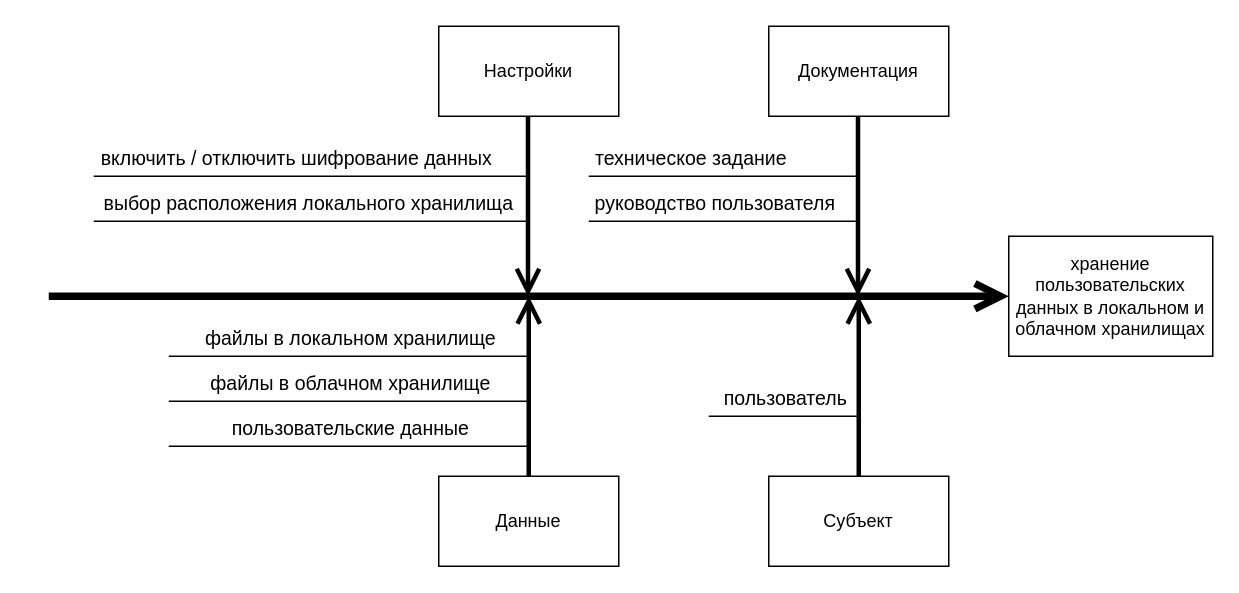
Earlier version of the draw.io diagram Documents/Причинно-следственная диаграмма.drawio (ReyRom/VortexFile). Source tidied: cells renumbered, new cells numbered last; positions are measured from the earlier drawing's top-left corner, leaving out a move shared by most shapes. Both pictures are drawn from the tidied source at 150%, with x=0, y=0 at pixel (48, 26).
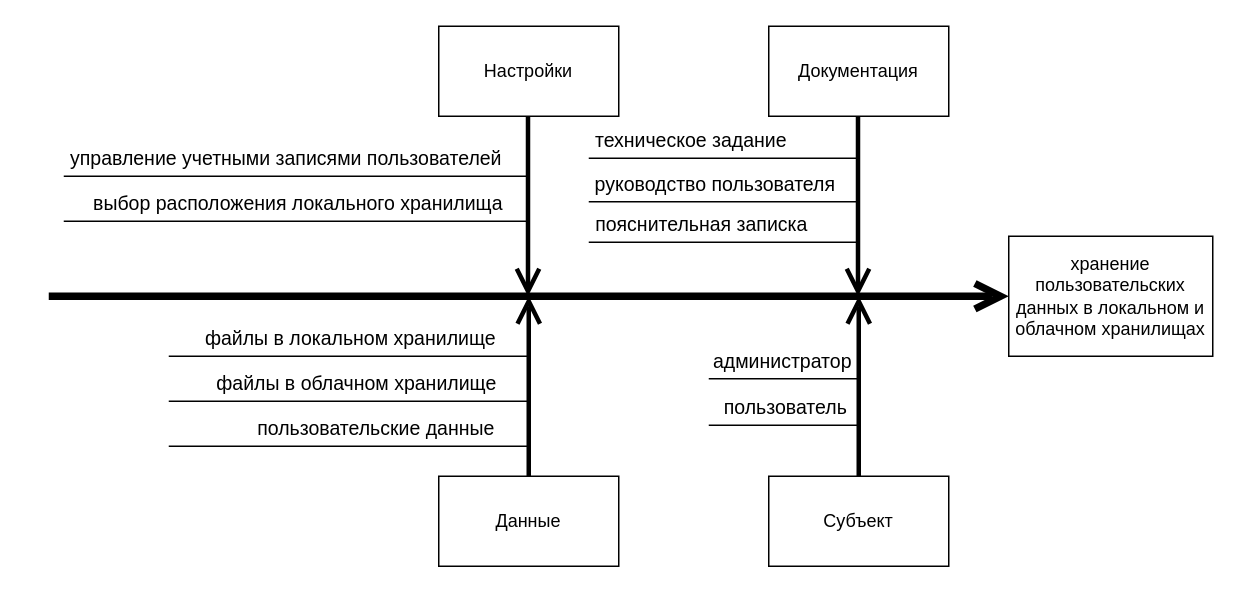
After the change.

Unchanged cells that the change refers to:
```xml
<mxCell id="14" style="endArrow=none;html=1;rounded=0;strokeWidth=1;" parent="1" edge="1">
  <mxGeometry relative="1" as="geometry">
    <mxPoint x="320" y="250" as="sourcePoint" />
    <mxPoint x="80" y="250" as="targetPoint" />
  </mxGeometry>
</mxCell>
<mxCell id="16" style="endArrow=none;html=1;rounded=0;strokeWidth=1;" parent="1" edge="1">
  <mxGeometry relative="1" as="geometry">
    <mxPoint x="320" y="280" as="sourcePoint" />
    <mxPoint x="80" y="280" as="targetPoint" />
  </mxGeometry>
</mxCell>
```

What changed in the source:
```diff
@@
     <mxCell id="9" style="endArrow=none;html=1;rounded=0;strokeWidth=1;" parent="1" edge="1">
       <mxGeometry relative="1" as="geometry">
-        <mxPoint x="540" y="260" as="sourcePoint" />
-        <mxPoint x="440" y="260" as="targetPoint" />
+        <mxPoint x="540" y="266" as="sourcePoint" />
+        <mxPoint x="440" y="266" as="targetPoint" />
       </mxGeometry>
     </mxCell>
@@
     <mxCell id="15" value="файлы в облачном хранилище" style="edgeLabel;html=1;align=center;verticalAlign=middle;fontSize=13;" parent="14" vertex="1">
       <mxGeometry x="-0.35" y="-2" relative="1" as="geometry">
-        <mxPoint x="-42" y="-11" as="offset" />
+        <mxPoint x="-38" y="-11" as="offset" />
       </mxGeometry>
     </mxCell>
@@
     <mxCell id="17" value="пользовательские данные" style="edgeLabel;html=1;align=center;verticalAlign=middle;fontSize=13;" parent="16" vertex="1">
       <mxGeometry x="-0.35" y="-2" relative="1" as="geometry">
-        <mxPoint x="-42" y="-11" as="offset" />
+        <mxPoint x="-25" y="-11" as="offset" />
       </mxGeometry>
     </mxCell>
@@
     <mxCell id="20" style="endArrow=none;html=1;rounded=0;strokeWidth=1;" parent="1" edge="1">
       <mxGeometry relative="1" as="geometry">
-        <mxPoint x="540" y="100" as="sourcePoint" />
-        <mxPoint x="360" y="100" as="targetPoint" />
+        <mxPoint x="540" y="88" as="sourcePoint" />
+        <mxPoint x="360" y="88" as="targetPoint" />
       </mxGeometry>
     </mxCell>
@@
     <mxCell id="22" style="endArrow=none;html=1;rounded=0;strokeWidth=1;" parent="1" edge="1">
       <mxGeometry relative="1" as="geometry">
-        <mxPoint x="540" y="130" as="sourcePoint" />
-        <mxPoint x="360" y="130" as="targetPoint" />
+        <mxPoint x="540" y="117" as="sourcePoint" />
+        <mxPoint x="360" y="117" as="targetPoint" />
       </mxGeometry>
     </mxCell>
@@
     <mxCell id="24" style="endArrow=none;html=1;rounded=0;strokeWidth=1;" parent="1" edge="1">
       <mxGeometry relative="1" as="geometry">
         <mxPoint x="320" y="100" as="sourcePoint" />
-        <mxPoint x="30" y="100" as="targetPoint" />
+        <mxPoint x="10" y="100" as="targetPoint" />
       </mxGeometry>
     </mxCell>
-    <mxCell id="25" value="включить / отключить шифрование данных" style="edgeLabel;html=1;align=center;verticalAlign=middle;fontSize=13;" parent="24" vertex="1">
+    <mxCell id="25" value="управление учетными записями пользователей" style="edgeLabel;html=1;align=center;verticalAlign=middle;fontSize=13;" parent="24" vertex="1">
       <mxGeometry x="-0.35" y="-2" relative="1" as="geometry">
         <mxPoint x="-62" y="-11" as="offset" />
       </mxGeometry>
     </mxCell>
     <mxCell id="26" style="endArrow=none;html=1;rounded=0;strokeWidth=1;" parent="1" edge="1">
       <mxGeometry relative="1" as="geometry">
         <mxPoint x="320" y="130" as="sourcePoint" />
-        <mxPoint x="30" y="130" as="targetPoint" />
+        <mxPoint x="10" y="130" as="targetPoint" />
       </mxGeometry>
     </mxCell>
@@
+    <mxCell id="28" style="endArrow=none;html=1;rounded=0;strokeWidth=1;" parent="1" edge="1">
+      <mxGeometry relative="1" as="geometry">
+        <mxPoint x="540" y="235" as="sourcePoint" />
+        <mxPoint x="440" y="235" as="targetPoint" />
+      </mxGeometry>
+    </mxCell>
+    <mxCell id="29" value="администратор" style="edgeLabel;html=1;align=center;verticalAlign=middle;fontSize=13;" parent="28" vertex="1">
+      <mxGeometry x="-0.35" y="-2" relative="1" as="geometry">
+        <mxPoint x="-19" y="-11" as="offset" />
+      </mxGeometry>
+    </mxCell>
+    <mxCell id="30" style="endArrow=none;html=1;rounded=0;strokeWidth=1;" parent="1" edge="1">
+      <mxGeometry relative="1" as="geometry">
+        <mxPoint x="540" y="144" as="sourcePoint" />
+        <mxPoint x="360" y="144" as="targetPoint" />
+      </mxGeometry>
+    </mxCell>
+    <mxCell id="31" value="пояснительная записка" style="edgeLabel;html=1;align=center;verticalAlign=middle;fontSize=13;" parent="30" vertex="1">
+      <mxGeometry x="-0.35" y="-2" relative="1" as="geometry">
+        <mxPoint x="-47" y="-11" as="offset" />
+      </mxGeometry>
+    </mxCell>
```
